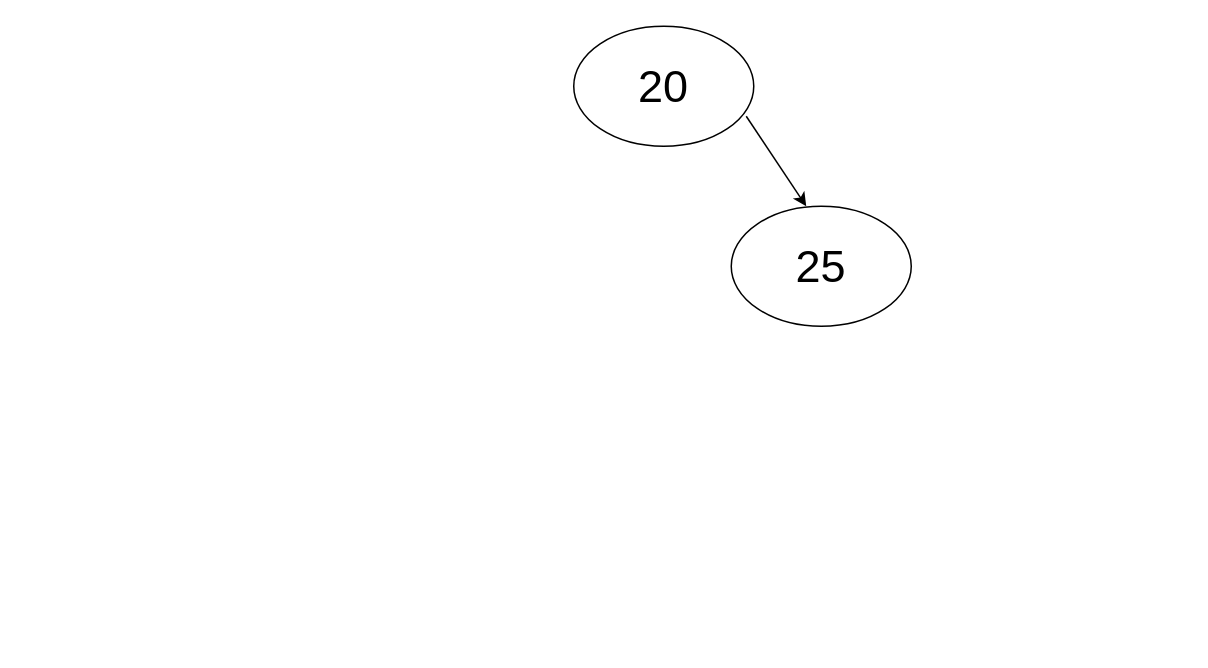
Before: Untitled Diagram.drawio in bisensumeet/Advanced-Data-Structures-assignment, a draw.io diagram. Source tidied: cells renumbered, new cells numbered last; positions are measured from the earlier drawing's top-left corner, leaving out a move shared by most shapes. Both pictures are drawn from the tidied source at 150%, with x=0, y=0 at pixel (573, 26).
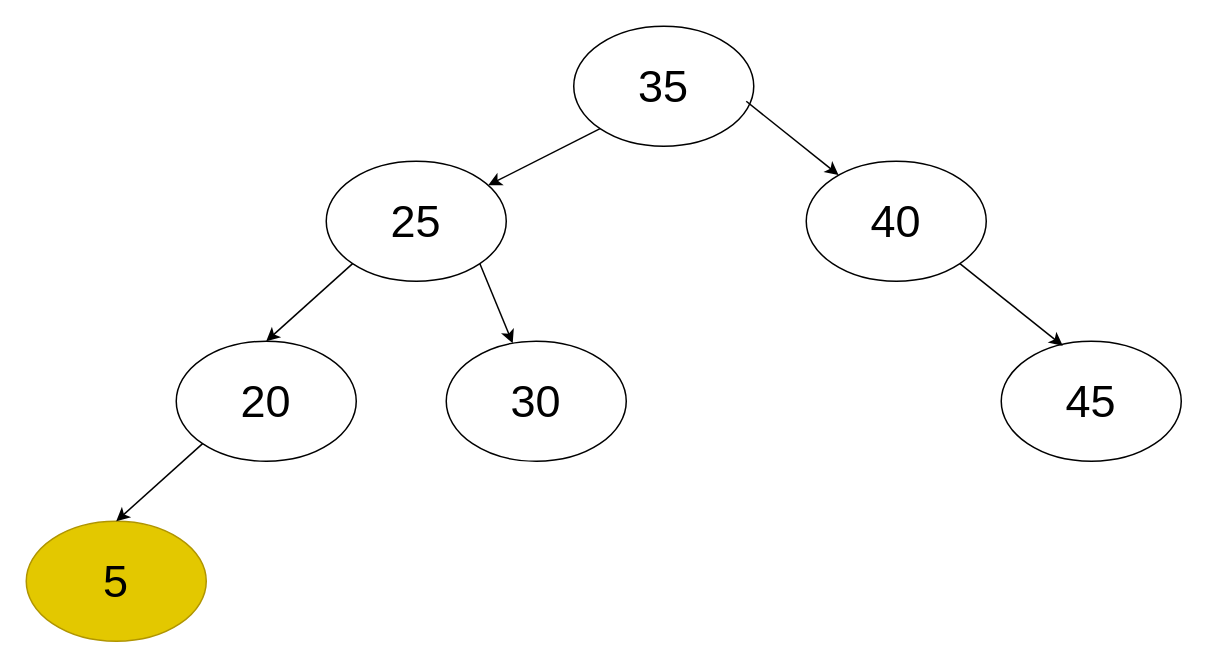
Above is the later version.

The edit, as a diff of the source:
```diff
@@
 <mxGraphModel>
   <root>
     <mxCell id="0" />
     <mxCell id="1" parent="0" />
-    <mxCell id="2" value="&lt;font style=&quot;font-size: 30px&quot;&gt;20&lt;/font&gt;" style="ellipse;whiteSpace=wrap;html=1;" parent="1" vertex="1">
+    <mxCell id="2" value="&lt;font style=&quot;font-size: 30px&quot;&gt;35&lt;/font&gt;" style="ellipse;whiteSpace=wrap;html=1;" parent="1" vertex="1">
       <mxGeometry width="120" height="80" as="geometry" />
     </mxCell>
-    <mxCell id="3" style="endArrow=classic;html=1;rounded=0;fontSize=30;" parent="1" edge="1">
+    <mxCell id="3" style="endArrow=classic;html=1;rounded=0;fontSize=30;" parent="1" edge="1" target="4">
       <mxGeometry relative="1" as="geometry">
-        <mxPoint x="115" y="60" as="sourcePoint" />
-        <mxPoint x="155" y="120" as="targetPoint" />
+        <mxPoint x="115" y="50" as="sourcePoint" />
       </mxGeometry>
     </mxCell>
-    <mxCell id="4" value="25" style="ellipse;whiteSpace=wrap;html=1;fontSize=30;" parent="1" vertex="1">
-      <mxGeometry x="105" y="120" width="120" height="80" as="geometry" />
+    <mxCell id="4" value="40" style="ellipse;whiteSpace=wrap;html=1;fontSize=30;" parent="1" vertex="1">
+      <mxGeometry x="155" y="90" width="120" height="80" as="geometry" />
     </mxCell>
+    <mxCell id="5" value="25" style="ellipse;whiteSpace=wrap;html=1;fontSize=30;" parent="1" vertex="1">
+      <mxGeometry x="-165" y="90" width="120" height="80" as="geometry" />
+    </mxCell>
+    <mxCell id="6" style="endArrow=classic;html=1;rounded=0;fontSize=30;exitX=0;exitY=1;exitDx=0;exitDy=0;" parent="1" edge="1" source="2" target="5">
+      <mxGeometry relative="1" as="geometry" />
+    </mxCell>
+    <mxCell id="7" value="45" style="ellipse;whiteSpace=wrap;html=1;fontSize=30;" parent="1" vertex="1">
+      <mxGeometry x="285" y="210" width="120" height="80" as="geometry" />
+    </mxCell>
+    <mxCell id="8" style="endArrow=classic;html=1;rounded=0;fontSize=30;exitX=1;exitY=1;exitDx=0;exitDy=0;entryX=0.342;entryY=0.038;entryDx=0;entryDy=0;entryPerimeter=0;" parent="1" edge="1" source="4" target="7">
+      <mxGeometry relative="1" as="geometry" />
+    </mxCell>
+    <mxCell id="9" value="30" style="ellipse;whiteSpace=wrap;html=1;fontSize=30;" parent="1" vertex="1">
+      <mxGeometry x="-85" y="210" width="120" height="80" as="geometry" />
+    </mxCell>
+    <mxCell id="10" style="endArrow=classic;html=1;rounded=0;fontSize=30;exitX=1;exitY=1;exitDx=0;exitDy=0;" parent="1" edge="1" source="5" target="9">
+      <mxGeometry relative="1" as="geometry" />
+    </mxCell>
+    <mxCell id="11" value="20" style="ellipse;whiteSpace=wrap;html=1;fontSize=30;" parent="1" vertex="1">
+      <mxGeometry x="-265" y="210" width="120" height="80" as="geometry" />
+    </mxCell>
+    <mxCell id="12" style="endArrow=classic;html=1;rounded=0;fontSize=30;exitX=0;exitY=1;exitDx=0;exitDy=0;entryX=0.5;entryY=0;entryDx=0;entryDy=0;" parent="1" edge="1" source="5" target="11">
+      <mxGeometry relative="1" as="geometry" />
+    </mxCell>
+    <mxCell id="13" value="5" style="ellipse;whiteSpace=wrap;html=1;fontSize=30;fillColor=#e3c800;fontColor=#000000;strokeColor=#B09500;" parent="1" vertex="1">
+      <mxGeometry x="-365" y="330" width="120" height="80" as="geometry" />
+    </mxCell>
+    <mxCell id="14" style="endArrow=classic;html=1;rounded=0;fontSize=30;exitX=0;exitY=1;exitDx=0;exitDy=0;entryX=0.5;entryY=0;entryDx=0;entryDy=0;" parent="1" edge="1" source="11" target="13">
+      <mxGeometry relative="1" as="geometry" />
+    </mxCell>
   </root>
 </mxGraphModel>
```
